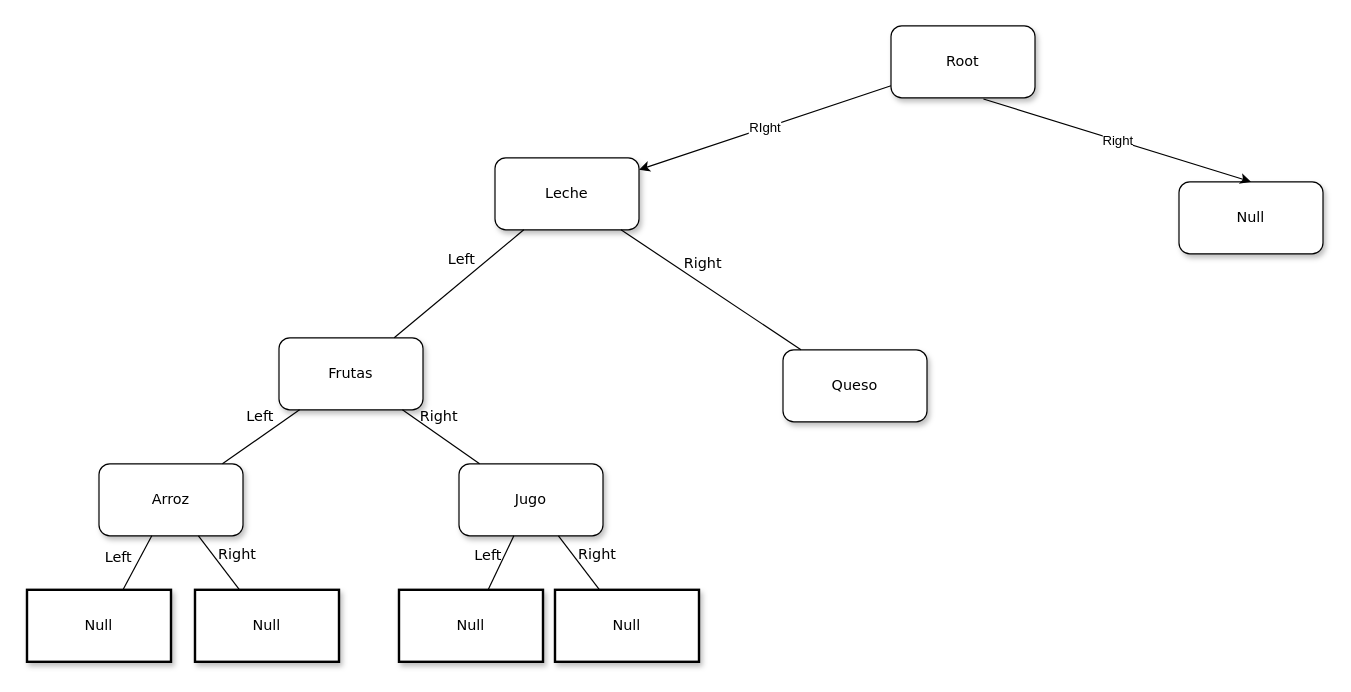
Earlier version of the draw.io diagram BinarySearchTree.drawio (KernelDiego/notes). Source tidied: cells renumbered, new cells numbered last; positions are measured from the earlier drawing's top-left corner, leaving out a move shared by most shapes. Both pictures are drawn from the tidied source at 120%, with x=0, y=0 at pixel (26, 25).
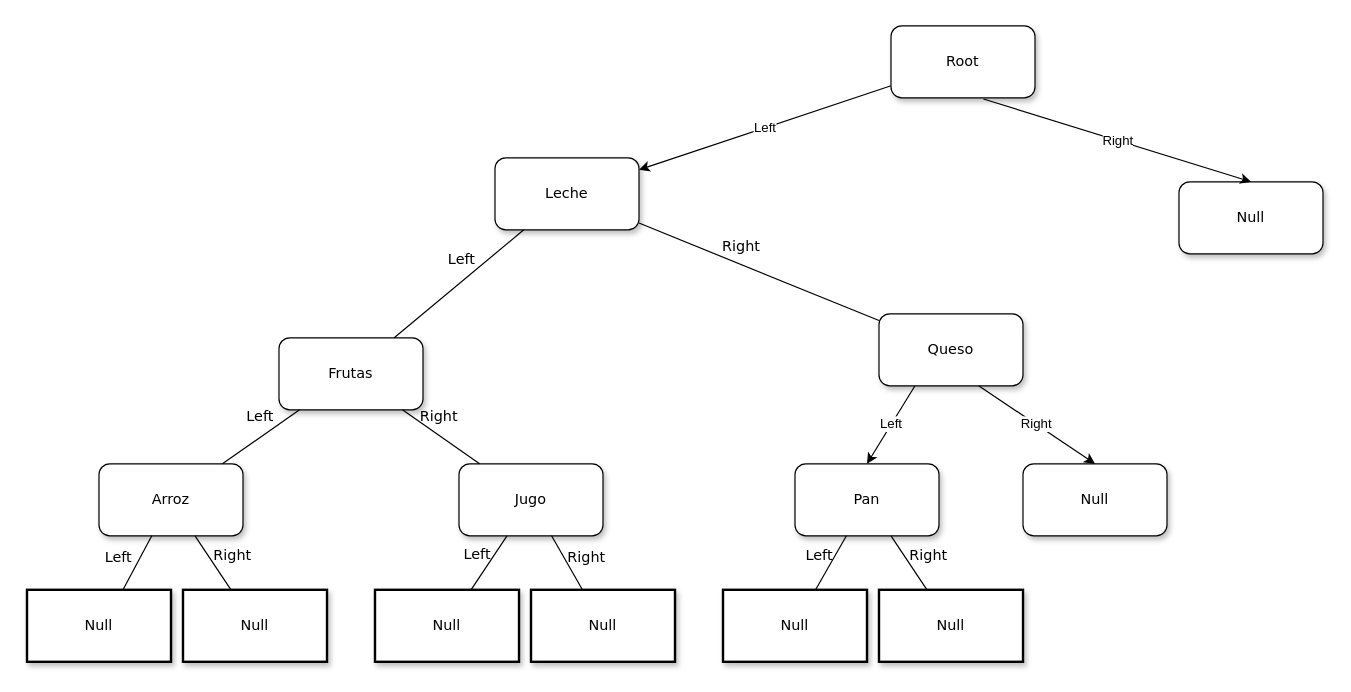
Above is the later version.

The change refers to these unchanged cells:
```xml
<mxCell id="2" value="Root" style="whiteSpace=wrap;html=1;rounded=1;shadow=1;labelBackgroundColor=none;strokeWidth=1;fontFamily=Verdana;fontSize=12;align=center;" parent="1" vertex="1">
  <mxGeometry x="720" width="120" height="60" as="geometry" />
</mxCell>
<mxCell id="3" value="&lt;span&gt;Leche&lt;/span&gt;" style="whiteSpace=wrap;html=1;rounded=1;shadow=1;labelBackgroundColor=none;strokeWidth=1;fontFamily=Verdana;fontSize=12;align=center;" parent="1" vertex="1">
  <mxGeometry x="390" y="110" width="120" height="60" as="geometry" />
</mxCell>
```

Diff of the diagram source:
```diff
@@
     <mxCell id="6" value="Queso" style="whiteSpace=wrap;html=1;rounded=1;shadow=1;labelBackgroundColor=none;strokeWidth=1;fontFamily=Verdana;fontSize=12;align=center;" parent="1" vertex="1">
-      <mxGeometry x="630" y="270" width="120" height="60" as="geometry" />
+      <mxGeometry x="710" y="240" width="120" height="60" as="geometry" />
     </mxCell>
@@
     <mxCell id="14" value="&lt;span&gt;Null&lt;/span&gt;" style="whiteSpace=wrap;html=1;rounded=0;shadow=1;labelBackgroundColor=none;strokeWidth=2;fontFamily=Verdana;fontSize=12;align=center;" parent="1" vertex="1">
-      <mxGeometry x="140" y="470" width="120" height="60" as="geometry" />
+      <mxGeometry x="130" y="470" width="120" height="60" as="geometry" />
     </mxCell>
     <mxCell id="15" value="&lt;span&gt;Null&lt;/span&gt;" style="whiteSpace=wrap;html=1;rounded=0;shadow=1;labelBackgroundColor=none;strokeWidth=2;fontFamily=Verdana;fontSize=12;align=center;" parent="1" vertex="1">
-      <mxGeometry x="310" y="470" width="120" height="60" as="geometry" />
+      <mxGeometry x="290" y="470" width="120" height="60" as="geometry" />
     </mxCell>
     <mxCell id="16" value="&lt;span&gt;Null&lt;/span&gt;" style="whiteSpace=wrap;html=1;rounded=0;shadow=1;labelBackgroundColor=none;strokeWidth=2;fontFamily=Verdana;fontSize=12;align=center;" parent="1" vertex="1">
-      <mxGeometry x="440" y="470" width="120" height="60" as="geometry" />
+      <mxGeometry x="420" y="470" width="120" height="60" as="geometry" />
     </mxCell>
@@
-    <mxCell id="22" value="RIght" style="edgeStyle=none;jettySize=auto;html=1;rounded=0;" parent="1" edge="1" source="2" target="3">
+    <mxCell id="22" value="Left" style="edgeStyle=none;jettySize=auto;html=1;rounded=0;" parent="1" edge="1" source="2" target="3">
       <mxGeometry relative="1" as="geometry" />
     </mxCell>
+    <mxCell id="23" value="Null" style="whiteSpace=wrap;html=1;rounded=1;shadow=1;labelBackgroundColor=none;strokeWidth=1;fontFamily=Verdana;fontSize=12;align=center;" parent="1" vertex="1">
+      <mxGeometry x="830" y="365" width="120" height="60" as="geometry" />
+    </mxCell>
+    <mxCell id="24" value="Pan" style="whiteSpace=wrap;html=1;rounded=1;shadow=1;labelBackgroundColor=none;strokeWidth=1;fontFamily=Verdana;fontSize=12;align=center;" parent="1" vertex="1">
+      <mxGeometry x="640" y="365" width="120" height="60" as="geometry" />
+    </mxCell>
+    <mxCell id="25" value="Right" style="edgeStyle=none;jettySize=auto;html=1;rounded=0;exitX=0.692;exitY=1;exitDx=0;exitDy=0;entryX=0.5;entryY=0;entryDx=0;entryDy=0;exitPerimeter=0;" parent="1" edge="1" source="6" target="23">
+      <mxGeometry relative="1" as="geometry" />
+    </mxCell>
+    <mxCell id="26" value="&lt;span&gt;Null&lt;/span&gt;" style="whiteSpace=wrap;html=1;rounded=0;shadow=1;labelBackgroundColor=none;strokeWidth=2;fontFamily=Verdana;fontSize=12;align=center;" parent="1" vertex="1">
+      <mxGeometry x="580" y="470" width="120" height="60" as="geometry" />
+    </mxCell>
+    <mxCell id="27" value="&lt;span&gt;Null&lt;/span&gt;" style="whiteSpace=wrap;html=1;rounded=0;shadow=1;labelBackgroundColor=none;strokeWidth=2;fontFamily=Verdana;fontSize=12;align=center;" parent="1" vertex="1">
+      <mxGeometry x="710" y="470" width="120" height="60" as="geometry" />
+    </mxCell>
+    <mxCell id="28" value="Left" style="rounded=0;html=1;labelBackgroundColor=none;startArrow=none;startFill=0;startSize=5;endArrow=none;endFill=0;endSize=5;jettySize=auto;strokeWidth=1;fontFamily=Verdana;fontSize=12;" parent="1" edge="1" source="24" target="26">
+      <mxGeometry y="-12" relative="1" as="geometry" />
+    </mxCell>
+    <mxCell id="29" value="Right" style="rounded=0;html=1;labelBackgroundColor=none;startArrow=none;startFill=0;startSize=5;endArrow=none;endFill=0;endSize=5;jettySize=auto;strokeWidth=1;fontFamily=Verdana;fontSize=12;" parent="1" edge="1" source="24" target="27">
+      <mxGeometry x="0.14" y="16" relative="1" as="geometry" />
+    </mxCell>
+    <mxCell id="30" value="Left" style="edgeStyle=none;jettySize=auto;html=1;rounded=0;exitX=0.25;exitY=1;exitDx=0;exitDy=0;entryX=0.5;entryY=0;entryDx=0;entryDy=0;" parent="1" edge="1" source="6" target="24">
+      <mxGeometry relative="1" as="geometry" />
+    </mxCell>
```
